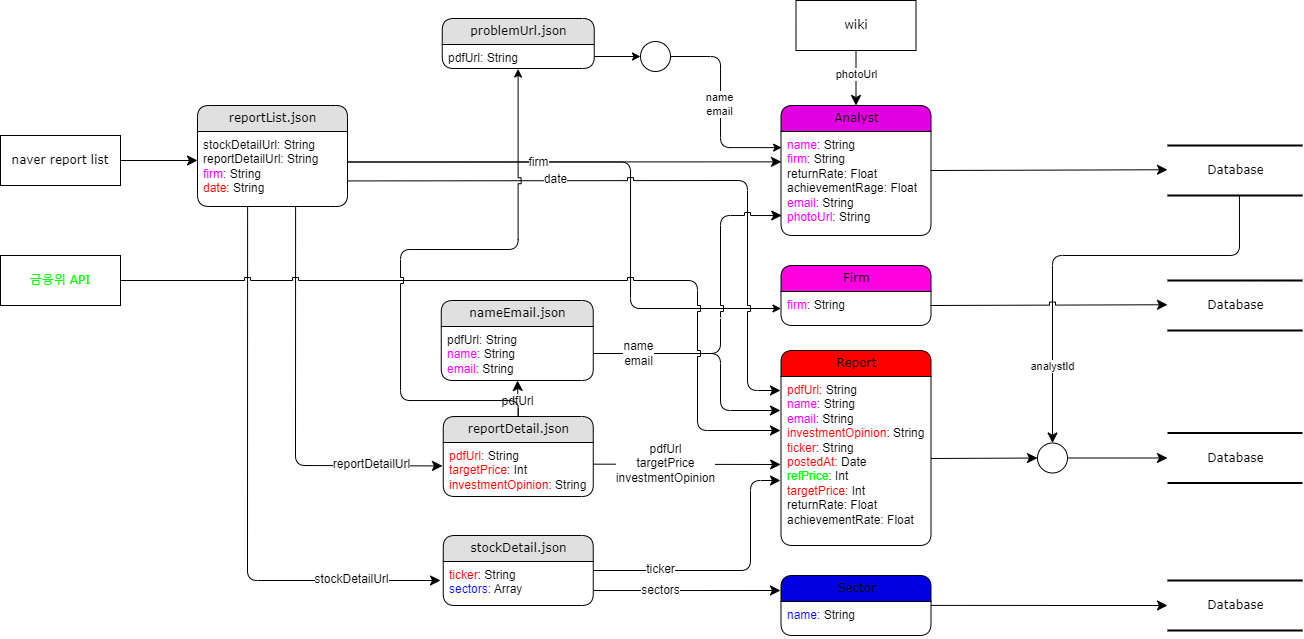
PDA-stockX/research-crawling keeps this draw.io diagram as diagram/DataFlow.drawio.png. Above is the earlier version. Source tidied: cells renumbered, new cells last; positions are measured from the earlier drawing's top-left corner, leaving out a move shared by most shapes.
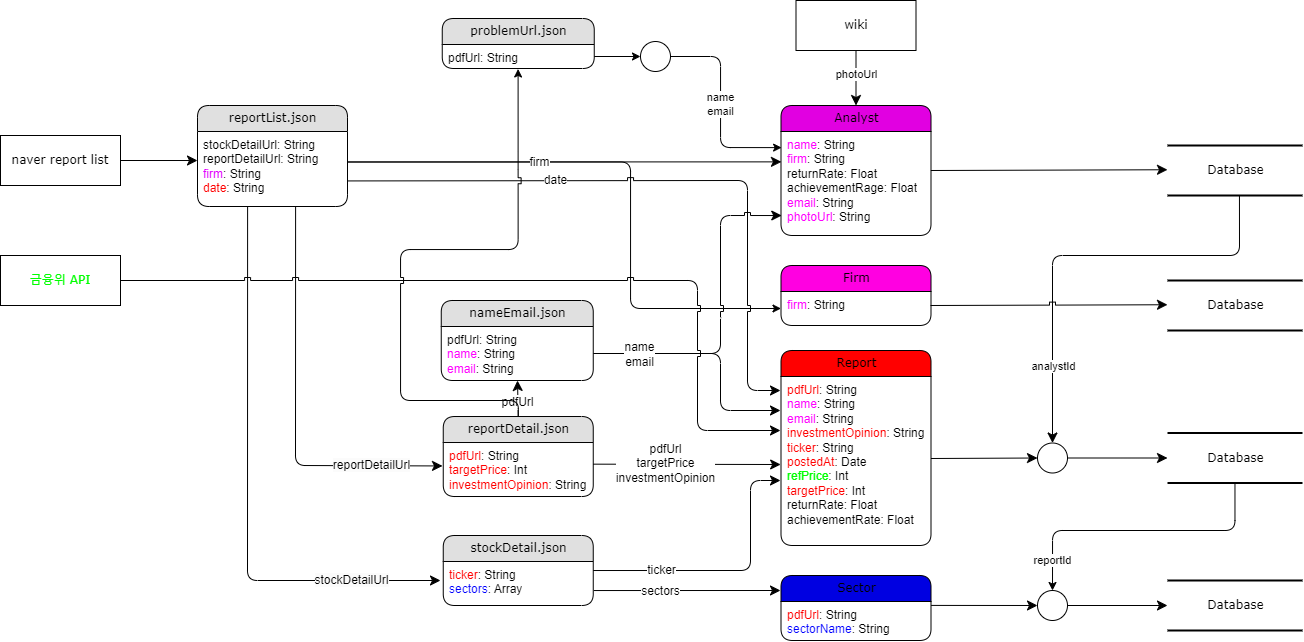
After the commit.

The edit, as a diff of the source:
```diff
@@ -92,9 +92,9 @@
       <mxGeometry x="-0.35" y="1" relative="1" as="geometry" />
     </mxCell>
     <mxCell id="23" value="Sector" style="swimlane;html=1;fontStyle=0;horizontal=1;startSize=26;fillColor=#0000e1;swimlaneFillColor=#ffffff;align=center;rounded=1;shadow=0;comic=0;labelBackgroundColor=none;strokeWidth=1;fontFamily=Verdana;fontSize=12;" parent="1" vertex="1">
-      <mxGeometry x="780.5" y="575" width="150" height="60" as="geometry" />
+      <mxGeometry x="780.5" y="575" width="150" height="65" as="geometry" />
     </mxCell>
-    <mxCell id="24" value="&lt;font color=&quot;#0000ff&quot;&gt;name&lt;/font&gt;: String" style="text;html=1;strokeColor=none;fillColor=none;spacingLeft=4;spacingRight=4;whiteSpace=wrap;overflow=hidden;points=[[0,0.5],[1,0.5]];portConstraint=eastwest;align=left;" parent="23" vertex="1">
+    <mxCell id="24" value="&lt;div&gt;&lt;font color=&quot;#ff0000&quot;&gt;pdfUrl&lt;/font&gt;: String&lt;/div&gt;&lt;font color=&quot;#0000ff&quot;&gt;sectorName&lt;/font&gt;: String" style="text;html=1;strokeColor=none;fillColor=none;spacingLeft=4;spacingRight=4;whiteSpace=wrap;overflow=hidden;points=[[0,0.5],[1,0.5]];portConstraint=eastwest;align=left;" parent="23" vertex="1">
       <mxGeometry y="26" width="150" height="34" as="geometry" />
     </mxCell>
     <mxCell id="25" value="&lt;hr&gt;" style="edgeStyle=none;html=1;labelBackgroundColor=none;startFill=0;startSize=8;endFill=1;endSize=8;fontFamily=Verdana;fontSize=12;entryX=0.005;entryY=0.808;entryDx=0;entryDy=0;entryPerimeter=0;exitX=1;exitY=0.5;exitDx=0;exitDy=0;jumpStyle=sharp;" parent="1" edge="1" source="37" target="16">
@@ -174,6 +174,17 @@
     <mxCell id="42" value="Database" style="html=1;rounded=0;shadow=0;comic=0;labelBackgroundColor=none;strokeWidth=2;fontFamily=Verdana;fontSize=12;align=center;shape=mxgraph.ios7ui.horLines;" parent="1" vertex="1">
       <mxGeometry x="1167" y="145" width="135" height="50" as="geometry" />
     </mxCell>
+    <mxCell id="64" style="edgeStyle=orthogonalEdgeStyle;rounded=1;jettySize=auto;html=1;entryX=0.5;entryY=0;entryDx=0;entryDy=0;curved=0;" parent="1" edge="1" source="43" target="67">
+      <mxGeometry relative="1" as="geometry">
+        <Array as="points">
+          <mxPoint x="1235" y="530" />
+          <mxPoint x="1052" y="530" />
+        </Array>
+      </mxGeometry>
+    </mxCell>
+    <mxCell id="65" value="reportId" style="edgeLabel;html=1;align=center;verticalAlign=middle;" parent="64" vertex="1">
+      <mxGeometry x="0.79" y="-1" relative="1" as="geometry" />
+    </mxCell>
     <mxCell id="43" value="Database" style="html=1;rounded=0;shadow=0;comic=0;labelBackgroundColor=none;strokeWidth=2;fontFamily=Verdana;fontSize=12;align=center;shape=mxgraph.ios7ui.horLines;" parent="1" vertex="1">
       <mxGeometry x="1167" y="432.5" width="135" height="50" as="geometry" />
     </mxCell>
@@ -200,7 +211,7 @@
     <mxCell id="49" style="edgeStyle=none;html=1;labelBackgroundColor=none;startFill=0;startSize=8;endFill=1;endSize=8;fontFamily=Verdana;fontSize=12;entryX=0;entryY=0.5;entryDx=0;entryDy=0;exitX=1;exitY=0.5;exitDx=0;exitDy=0;" parent="1" edge="1" source="20" target="41">
       <mxGeometry relative="1" as="geometry" />
     </mxCell>
-    <mxCell id="50" style="edgeStyle=none;html=1;labelBackgroundColor=none;startFill=0;startSize=8;endFill=1;endSize=8;fontFamily=Verdana;fontSize=12;entryX=0;entryY=0.5;entryDx=0;entryDy=0;entryPerimeter=0;exitX=1.001;exitY=0.115;exitDx=0;exitDy=0;exitPerimeter=0;" parent="1" edge="1" source="24" target="44">
+    <mxCell id="50" style="edgeStyle=none;html=1;labelBackgroundColor=none;startFill=0;startSize=8;endFill=1;endSize=8;fontFamily=Verdana;fontSize=12;entryX=0;entryY=0.5;entryDx=0;entryDy=0;entryPerimeter=0;exitX=1;exitY=0.5;exitDx=0;exitDy=0;" parent="1" edge="1" source="67" target="44">
       <mxGeometry relative="1" as="geometry" />
     </mxCell>
     <mxCell id="51" style="edgeStyle=none;html=1;labelBackgroundColor=none;startFill=0;startSize=8;endFill=1;endSize=8;fontFamily=Verdana;fontSize=12;exitX=0.5;exitY=1;exitDx=0;exitDy=0;" parent="1" edge="1" source="31" target="15">
@@ -256,5 +267,11 @@
         <mxPoint x="930" y="305" as="sourcePoint" />
       </mxGeometry>
     </mxCell>
+    <mxCell id="66" style="edgeStyle=none;html=1;labelBackgroundColor=none;startFill=0;startSize=8;endFill=1;endSize=8;fontFamily=Verdana;fontSize=12;entryX=0;entryY=0.5;entryDx=0;entryDy=0;entryPerimeter=0;exitX=1.001;exitY=0.115;exitDx=0;exitDy=0;exitPerimeter=0;" parent="1" edge="1" source="24" target="67">
+      <mxGeometry relative="1" as="geometry" />
+    </mxCell>
+    <mxCell id="67" style="ellipse;whiteSpace=wrap;html=1;rounded=1;shadow=0;comic=0;labelBackgroundColor=none;strokeWidth=1;fontFamily=Verdana;fontSize=12;align=center;" parent="1" vertex="1">
+      <mxGeometry x="1037" y="590" width="30" height="30" as="geometry" />
+    </mxCell>
   </root>
 </mxGraphModel>
```
